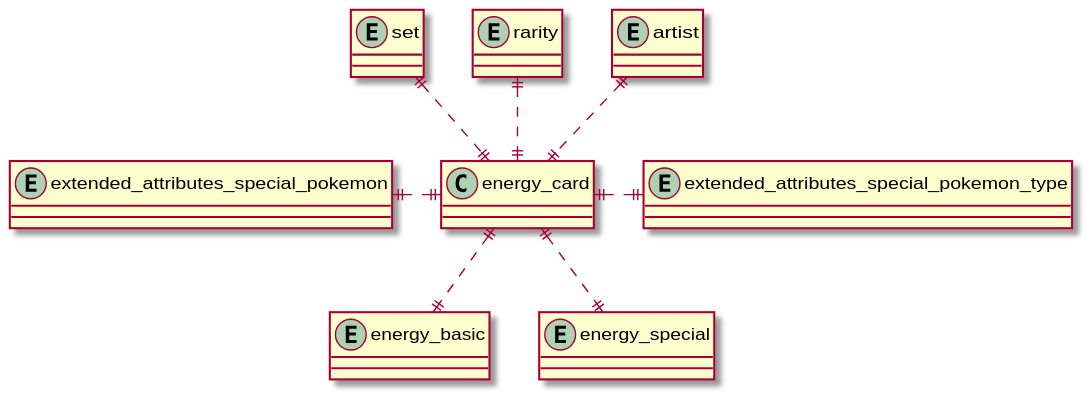
This is schema/exported_images/energy-card-relationships.svg from pkgreen90/pokemon-tcg-data, a PlantUML export, as it was before one commit.
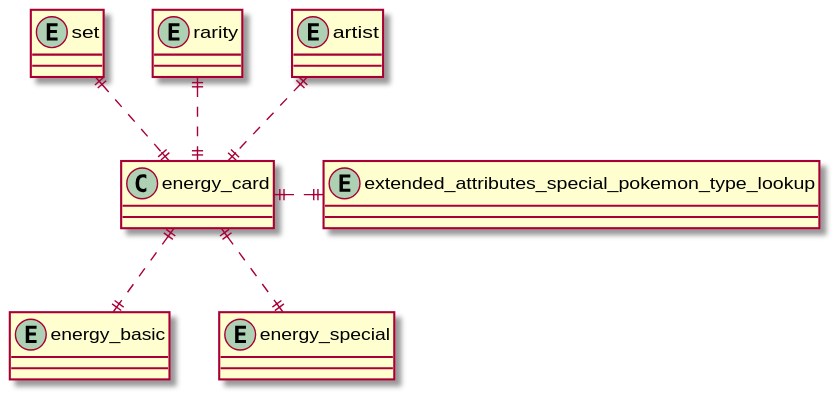
The same diagram one commit later.

Change to the diagram source:
```diff
@@ -3,16 +3,14 @@
 entity "artist" as artist {}
 entity "energy_basic" as energy_basic {}
 entity "energy_special" as energy_special {}
-entity "extended_attributes_special_pokemon" as extended_attributes_special_pokemon {}
-entity "extended_attributes_special_pokemon_type" as extended_attributes_special_pokemon_type {}
+entity "extended_attributes_special_pokemon_type_lookup" as extended_attributes_special_pokemon_type_lookup {}
 entity "rarity" as rarity {}
 entity "set" as set {}
 
 energy_card ||..up|| artist
 energy_card ||..|| energy_basic
 energy_card ||..|| energy_special
-energy_card ||..left|| extended_attributes_special_pokemon
-energy_card ||..right|| extended_attributes_special_pokemon_type
+energy_card ||..right|| extended_attributes_special_pokemon_type_lookup
 energy_card ||..up|| rarity
 energy_card ||..up|| set
 
```
